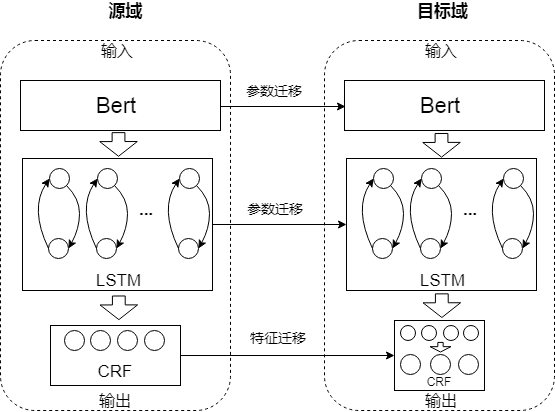
yhx123hero/CyberspaceSecurity_NER keeps this draw.io diagram as transfer_learning-CN.png. Above is the earlier version. Source tidied: cells renumbered, new cells last; positions are measured from the earlier drawing's top-left corner, leaving out a move shared by most shapes.
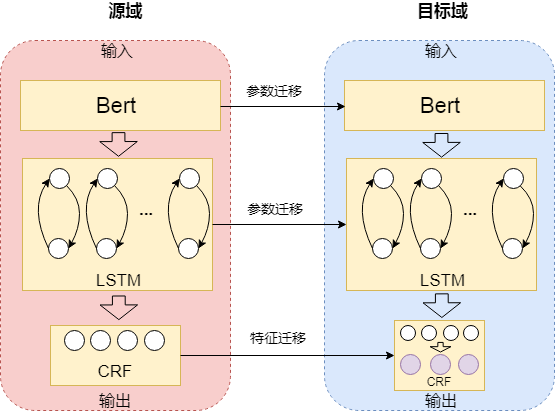
The same diagram one commit later.

Change to the diagram source:
```diff
@@ -2,16 +2,16 @@
   <root>
     <mxCell id="0" />
     <mxCell id="1" parent="0" />
-    <mxCell id="2" style="rounded=1;whiteSpace=wrap;html=1;dashed=1;glass=0;shadow=0;" parent="1" vertex="1">
+    <mxCell id="2" style="rounded=1;whiteSpace=wrap;html=1;dashed=1;glass=0;shadow=0;fillColor=#f8cecc;strokeColor=#b85450;" parent="1" vertex="1">
       <mxGeometry y="40" width="230" height="370" as="geometry" />
     </mxCell>
-    <mxCell id="3" style="rounded=0;whiteSpace=wrap;html=1;shadow=0;glass=0;" parent="1" vertex="1">
+    <mxCell id="3" style="rounded=0;whiteSpace=wrap;html=1;shadow=0;glass=0;fillColor=#fff2cc;strokeColor=#d6b656;" parent="1" vertex="1">
       <mxGeometry x="20" y="80" width="200" height="50" as="geometry" />
     </mxCell>
-    <mxCell id="4" style="rounded=0;whiteSpace=wrap;html=1;shadow=0;glass=0;" parent="1" vertex="1">
+    <mxCell id="4" style="rounded=0;whiteSpace=wrap;html=1;shadow=0;glass=0;fillColor=#fff2cc;strokeColor=#d6b656;" parent="1" vertex="1">
       <mxGeometry x="22" y="158" width="190" height="132" as="geometry" />
     </mxCell>
-    <mxCell id="5" style="rounded=0;whiteSpace=wrap;html=1;shadow=0;glass=0;" parent="1" vertex="1">
+    <mxCell id="5" style="rounded=0;whiteSpace=wrap;html=1;shadow=0;glass=0;fillColor=#fff2cc;strokeColor=#d6b656;" parent="1" vertex="1">
       <mxGeometry x="50" y="325" width="130" height="60" as="geometry" />
     </mxCell>
     <mxCell id="6" style="ellipse;whiteSpace=wrap;html=1;rounded=1;shadow=0;glass=0;fontSize=8;" parent="1" vertex="1">
@@ -89,16 +89,16 @@
     <mxCell id="21" value="Bert" style="text;html=1;align=center;verticalAlign=middle;whiteSpace=wrap;rounded=0;shadow=0;glass=0;fontSize=22;" parent="1" vertex="1">
       <mxGeometry x="96" y="95" width="40" height="20" as="geometry" />
     </mxCell>
-    <mxCell id="22" style="rounded=1;whiteSpace=wrap;html=1;dashed=1;glass=0;shadow=0;" parent="1" vertex="1">
+    <mxCell id="22" style="rounded=1;whiteSpace=wrap;html=1;dashed=1;glass=0;shadow=0;fillColor=#dae8fc;strokeColor=#6c8ebf;" parent="1" vertex="1">
       <mxGeometry x="324" y="40" width="230" height="370" as="geometry" />
     </mxCell>
-    <mxCell id="23" style="rounded=0;whiteSpace=wrap;html=1;shadow=0;glass=0;" parent="1" vertex="1">
+    <mxCell id="23" style="rounded=0;whiteSpace=wrap;html=1;shadow=0;glass=0;fillColor=#fff2cc;strokeColor=#d6b656;" parent="1" vertex="1">
       <mxGeometry x="344" y="80" width="200" height="50" as="geometry" />
     </mxCell>
-    <mxCell id="24" style="rounded=0;whiteSpace=wrap;html=1;shadow=0;glass=0;" parent="1" vertex="1">
+    <mxCell id="24" style="rounded=0;whiteSpace=wrap;html=1;shadow=0;glass=0;fillColor=#fff2cc;strokeColor=#d6b656;" parent="1" vertex="1">
       <mxGeometry x="346" y="158" width="190" height="132" as="geometry" />
     </mxCell>
-    <mxCell id="25" style="rounded=0;whiteSpace=wrap;html=1;shadow=0;glass=0;" parent="1" vertex="1">
+    <mxCell id="25" style="rounded=0;whiteSpace=wrap;html=1;shadow=0;glass=0;fillColor=#fff2cc;strokeColor=#d6b656;" parent="1" vertex="1">
       <mxGeometry x="394" y="320" width="90" height="70" as="geometry" />
     </mxCell>
     <mxCell id="26" style="ellipse;whiteSpace=wrap;html=1;rounded=1;shadow=0;glass=0;" parent="1" vertex="1">
@@ -236,13 +236,13 @@
     <mxCell id="57" style="ellipse;whiteSpace=wrap;html=1;rounded=1;shadow=0;glass=0;" parent="1" vertex="1">
       <mxGeometry x="144" y="330" width="20" height="20" as="geometry" />
     </mxCell>
-    <mxCell id="58" style="ellipse;whiteSpace=wrap;html=1;rounded=1;shadow=0;glass=0;" parent="1" vertex="1">
+    <mxCell id="58" style="ellipse;whiteSpace=wrap;html=1;rounded=1;shadow=0;glass=0;fillColor=#e1d5e7;strokeColor=#9673a6;" parent="1" vertex="1">
       <mxGeometry x="400" y="354" width="20" height="20" as="geometry" />
     </mxCell>
-    <mxCell id="59" style="ellipse;whiteSpace=wrap;html=1;rounded=1;shadow=0;glass=0;" parent="1" vertex="1">
+    <mxCell id="59" style="ellipse;whiteSpace=wrap;html=1;rounded=1;shadow=0;glass=0;fillColor=#e1d5e7;strokeColor=#9673a6;" parent="1" vertex="1">
       <mxGeometry x="430" y="354" width="20" height="20" as="geometry" />
     </mxCell>
-    <mxCell id="60" style="ellipse;whiteSpace=wrap;html=1;rounded=1;shadow=0;glass=0;" parent="1" vertex="1">
+    <mxCell id="60" style="ellipse;whiteSpace=wrap;html=1;rounded=1;shadow=0;glass=0;fillColor=#e1d5e7;strokeColor=#9673a6;" parent="1" vertex="1">
       <mxGeometry x="458" y="354" width="20" height="20" as="geometry" />
     </mxCell>
     <mxCell id="61" value="&lt;b&gt;&lt;font style=&quot;font-size: 17px&quot;&gt;源域&lt;/font&gt;&lt;/b&gt;" style="text;html=1;align=center;verticalAlign=middle;whiteSpace=wrap;rounded=0;shadow=0;glass=0;fontSize=4;" parent="1" vertex="1">
```
